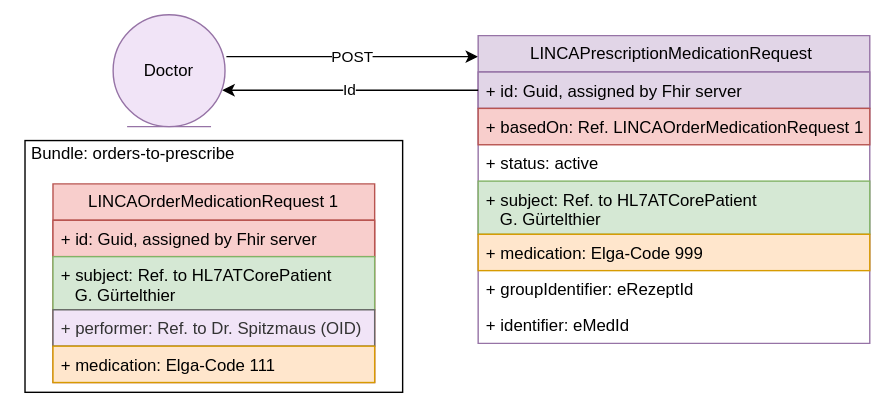
The draw.io diagram r5-LinkedCare-main/UserStory_011_diagram.svg in HL7Austria/hl7austria.github.io, before a commit. Source tidied: cells renumbered, new cells last; positions are measured from the earlier drawing's top-left corner, leaving out a move shared by most shapes. The source it was exported from:
```xml
<mxGraphModel>
  <root>
    <mxCell id="0" />
    <mxCell id="1" parent="0" />
    <mxCell id="2" style="rounded=0;whiteSpace=wrap;html=1;" parent="1" vertex="1">
      <mxGeometry x="7" y="90" width="270" height="180" as="geometry" />
    </mxCell>
    <mxCell id="3" value="POST" style="endArrow=classic;html=1;rounded=0;" parent="1" edge="1">
      <mxGeometry relative="1" as="geometry">
        <mxPoint x="151" y="30" as="sourcePoint" />
        <mxPoint x="331" y="30" as="targetPoint" />
      </mxGeometry>
    </mxCell>
    <mxCell id="4" value="LINCAPrescriptionMedicationRequest&amp;nbsp;" style="swimlane;fontStyle=0;horizontal=1;startSize=26;fillColor=#e1d5e7;whiteSpace=wrap;html=1;strokeColor=#9673a6;" parent="1" vertex="1">
      <mxGeometry x="331" y="15" width="280" height="220" as="geometry" />
    </mxCell>
    <mxCell id="5" value="+ id: Guid, assigned by Fhir server" style="text;strokeColor=#9673a6;fillColor=#e1d5e7;align=left;verticalAlign=top;spacingLeft=4;spacingRight=4;overflow=hidden;points=[[0,0.5],[1,0.5]];portConstraint=eastwest;whiteSpace=wrap;html=1;" parent="4" vertex="1">
      <mxGeometry y="26" width="280" height="26" as="geometry" />
    </mxCell>
    <mxCell id="6" value="+ basedOn: Ref. LINCAOrderMedicationRequest 1" style="text;strokeColor=#b85450;fillColor=#f8cecc;align=left;verticalAlign=top;spacingLeft=4;spacingRight=4;overflow=hidden;points=[[0,0.5],[1,0.5]];portConstraint=eastwest;whiteSpace=wrap;html=1;" parent="4" vertex="1">
      <mxGeometry y="52" width="280" height="26" as="geometry" />
    </mxCell>
    <mxCell id="7" value="+ status: active" style="text;align=left;verticalAlign=top;spacingLeft=4;spacingRight=4;overflow=hidden;whiteSpace=wrap;html=1;" parent="4" vertex="1">
      <mxGeometry y="78" width="280" height="26" as="geometry" />
    </mxCell>
    <mxCell id="8" value="+ subject: Ref. to HL7ATCorePatient&amp;nbsp; &lt;br&gt;&amp;nbsp; &amp;nbsp;G. Gürtelthier" style="text;strokeColor=#82b366;fillColor=#d5e8d4;align=left;verticalAlign=top;spacingLeft=4;spacingRight=4;overflow=hidden;whiteSpace=wrap;html=1;" parent="4" vertex="1">
      <mxGeometry y="104" width="280" height="38" as="geometry" />
    </mxCell>
    <mxCell id="9" value="+ medication: Elga-Code 999" style="text;align=left;verticalAlign=top;spacingLeft=4;spacingRight=4;overflow=hidden;whiteSpace=wrap;html=1;fillColor=#ffe6cc;strokeColor=#d79b00;" parent="4" vertex="1">
      <mxGeometry y="142" width="280" height="26" as="geometry" />
    </mxCell>
    <mxCell id="10" value="+ groupIdentifier: eRezeptId" style="text;align=left;verticalAlign=top;spacingLeft=4;spacingRight=4;overflow=hidden;whiteSpace=wrap;html=1;" parent="4" vertex="1">
      <mxGeometry y="168" width="280" height="26" as="geometry" />
    </mxCell>
    <mxCell id="11" value="+ identifier: eMedId" style="text;align=left;verticalAlign=top;spacingLeft=4;spacingRight=4;overflow=hidden;whiteSpace=wrap;html=1;" parent="4" vertex="1">
      <mxGeometry y="194" width="280" height="26" as="geometry" />
    </mxCell>
    <mxCell id="12" value="Id" style="endArrow=classic;html=1;rounded=0;exitX=0;exitY=0.5;exitDx=0;exitDy=0;" parent="1" edge="1" source="5">
      <mxGeometry relative="1" as="geometry">
        <mxPoint x="148" y="54" as="targetPoint" />
      </mxGeometry>
    </mxCell>
    <mxCell id="13" value="LINCAOrderMedicationRequest 1" style="swimlane;fontStyle=0;horizontal=1;startSize=26;fillColor=#f8cecc;whiteSpace=wrap;html=1;strokeColor=#b85450;" parent="1" vertex="1">
      <mxGeometry x="27" y="121" width="230" height="142" as="geometry" />
    </mxCell>
    <mxCell id="14" value="+ id: Guid, assigned by Fhir server" style="text;strokeColor=#b85450;fillColor=#f8cecc;align=left;verticalAlign=top;spacingLeft=4;spacingRight=4;overflow=hidden;whiteSpace=wrap;html=1;" parent="13" vertex="1">
      <mxGeometry y="26" width="230" height="26" as="geometry" />
    </mxCell>
    <mxCell id="15" value="+ subject: Ref. to HL7ATCorePatient&amp;nbsp; &lt;br&gt;&amp;nbsp; &amp;nbsp;G. Gürtelthier" style="text;strokeColor=#82b366;fillColor=#d5e8d4;align=left;verticalAlign=top;spacingLeft=4;spacingRight=4;overflow=hidden;whiteSpace=wrap;html=1;" parent="13" vertex="1">
      <mxGeometry y="52" width="230" height="38" as="geometry" />
    </mxCell>
    <mxCell id="16" value="+ performer: Ref. to Dr. Spitzmaus (OID)" style="text;strokeColor=#666666;fillColor=#F1E4F7;align=left;verticalAlign=top;spacingLeft=4;spacingRight=4;overflow=hidden;whiteSpace=wrap;html=1;fontColor=#333333;" parent="13" vertex="1">
      <mxGeometry y="90" width="230" height="26" as="geometry" />
    </mxCell>
    <mxCell id="17" value="+ medication: Elga-Code 111" style="text;align=left;verticalAlign=top;spacingLeft=4;spacingRight=4;overflow=hidden;whiteSpace=wrap;html=1;fillColor=#ffe6cc;strokeColor=#d79b00;" parent="13" vertex="1">
      <mxGeometry y="116" width="230" height="26" as="geometry" />
    </mxCell>
    <mxCell id="18" value="Bundle: orders-to-prescribe" style="text;html=1;strokeColor=none;fillColor=none;align=center;verticalAlign=middle;whiteSpace=wrap;rounded=0;" parent="1" vertex="1">
      <mxGeometry y="85" width="169" height="30" as="geometry" />
    </mxCell>
    <mxCell id="19" value="Doctor" style="ellipse;shape=umlEntity;whiteSpace=wrap;html=1;fillColor=#F1E4F7;strokeColor=#9673a6;" parent="1" vertex="1">
      <mxGeometry x="70" width="80" height="80" as="geometry" />
    </mxCell>
  </root>
</mxGraphModel>
```
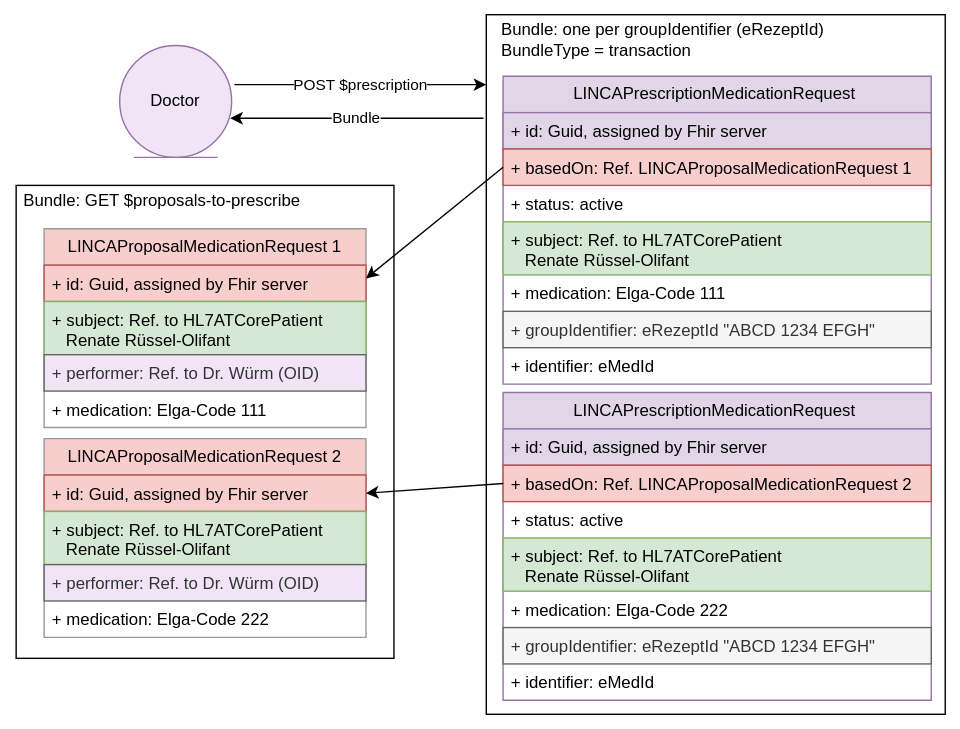
The same file after the commit.

What changed in the source:
```diff
@@ -2,64 +2,116 @@
   <root>
     <mxCell id="0" />
     <mxCell id="1" parent="0" />
+    <mxCell id="20" style="rounded=0;whiteSpace=wrap;html=1;" parent="1" vertex="1">
+      <mxGeometry x="331" y="-20" width="328" height="500" as="geometry" />
+    </mxCell>
     <mxCell id="2" style="rounded=0;whiteSpace=wrap;html=1;" parent="1" vertex="1">
-      <mxGeometry x="7" y="90" width="270" height="180" as="geometry" />
+      <mxGeometry x="-5" y="102" width="270" height="338" as="geometry" />
     </mxCell>
-    <mxCell id="3" value="POST" style="endArrow=classic;html=1;rounded=0;" parent="1" edge="1">
+    <mxCell id="3" value="POST $prescription" style="endArrow=classic;html=1;rounded=0;" parent="1" edge="1">
       <mxGeometry relative="1" as="geometry">
         <mxPoint x="151" y="30" as="sourcePoint" />
         <mxPoint x="331" y="30" as="targetPoint" />
       </mxGeometry>
     </mxCell>
     <mxCell id="4" value="LINCAPrescriptionMedicationRequest&amp;nbsp;" style="swimlane;fontStyle=0;horizontal=1;startSize=26;fillColor=#e1d5e7;whiteSpace=wrap;html=1;strokeColor=#9673a6;" parent="1" vertex="1">
-      <mxGeometry x="331" y="15" width="280" height="220" as="geometry" />
+      <mxGeometry x="343" y="24" width="306" height="220" as="geometry" />
     </mxCell>
     <mxCell id="5" value="+ id: Guid, assigned by Fhir server" style="text;strokeColor=#9673a6;fillColor=#e1d5e7;align=left;verticalAlign=top;spacingLeft=4;spacingRight=4;overflow=hidden;points=[[0,0.5],[1,0.5]];portConstraint=eastwest;whiteSpace=wrap;html=1;" parent="4" vertex="1">
-      <mxGeometry y="26" width="280" height="26" as="geometry" />
+      <mxGeometry y="26" width="306" height="26" as="geometry" />
     </mxCell>
-    <mxCell id="6" value="+ basedOn: Ref. LINCAOrderMedicationRequest 1" style="text;strokeColor=#b85450;fillColor=#f8cecc;align=left;verticalAlign=top;spacingLeft=4;spacingRight=4;overflow=hidden;points=[[0,0.5],[1,0.5]];portConstraint=eastwest;whiteSpace=wrap;html=1;" parent="4" vertex="1">
-      <mxGeometry y="52" width="280" height="26" as="geometry" />
+    <mxCell id="6" value="+ basedOn: Ref. LINCAProposalMedicationRequest 1" style="text;strokeColor=#b85450;fillColor=#f8cecc;align=left;verticalAlign=top;spacingLeft=4;spacingRight=4;overflow=hidden;points=[[0,0.5],[1,0.5]];portConstraint=eastwest;whiteSpace=wrap;html=1;" parent="4" vertex="1">
+      <mxGeometry y="52" width="306" height="26" as="geometry" />
     </mxCell>
     <mxCell id="7" value="+ status: active" style="text;align=left;verticalAlign=top;spacingLeft=4;spacingRight=4;overflow=hidden;whiteSpace=wrap;html=1;" parent="4" vertex="1">
-      <mxGeometry y="78" width="280" height="26" as="geometry" />
+      <mxGeometry y="78" width="306" height="26" as="geometry" />
     </mxCell>
-    <mxCell id="8" value="+ subject: Ref. to HL7ATCorePatient&amp;nbsp; &lt;br&gt;&amp;nbsp; &amp;nbsp;G. Gürtelthier" style="text;strokeColor=#82b366;fillColor=#d5e8d4;align=left;verticalAlign=top;spacingLeft=4;spacingRight=4;overflow=hidden;whiteSpace=wrap;html=1;" parent="4" vertex="1">
-      <mxGeometry y="104" width="280" height="38" as="geometry" />
-    </mxCell>
+    <mxCell id="21" value="+ subject: Ref. to HL7ATCorePatient&amp;nbsp; &lt;br&gt;&amp;nbsp; &amp;nbsp;Renate Rüssel-Olifant" style="text;strokeColor=#82b366;fillColor=#d5e8d4;align=left;verticalAlign=top;spacingLeft=4;spacingRight=4;overflow=hidden;whiteSpace=wrap;html=1;" parent="4" vertex="1">
+      <mxGeometry y="104" width="306" height="38" as="geometry" />
+    </mxCell>
-    <mxCell id="9" value="+ medication: Elga-Code 999" style="text;align=left;verticalAlign=top;spacingLeft=4;spacingRight=4;overflow=hidden;whiteSpace=wrap;html=1;fillColor=#ffe6cc;strokeColor=#d79b00;" parent="4" vertex="1">
-      <mxGeometry y="142" width="280" height="26" as="geometry" />
+    <mxCell id="9" value="+ medication: Elga-Code 111" style="text;align=left;verticalAlign=top;spacingLeft=4;spacingRight=4;overflow=hidden;whiteSpace=wrap;html=1;" parent="4" vertex="1">
+      <mxGeometry y="142" width="306" height="26" as="geometry" />
     </mxCell>
-    <mxCell id="10" value="+ groupIdentifier: eRezeptId" style="text;align=left;verticalAlign=top;spacingLeft=4;spacingRight=4;overflow=hidden;whiteSpace=wrap;html=1;" parent="4" vertex="1">
-      <mxGeometry y="168" width="280" height="26" as="geometry" />
+    <mxCell id="10" value="+ groupIdentifier: eRezeptId &quot;ABCD 1234 EFGH&quot;" style="text;align=left;verticalAlign=top;spacingLeft=4;spacingRight=4;overflow=hidden;whiteSpace=wrap;html=1;fillColor=#f5f5f5;fontColor=#333333;strokeColor=#666666;" parent="4" vertex="1">
+      <mxGeometry y="168" width="306" height="26" as="geometry" />
     </mxCell>
     <mxCell id="11" value="+ identifier: eMedId" style="text;align=left;verticalAlign=top;spacingLeft=4;spacingRight=4;overflow=hidden;whiteSpace=wrap;html=1;" parent="4" vertex="1">
-      <mxGeometry y="194" width="280" height="26" as="geometry" />
+      <mxGeometry y="194" width="306" height="26" as="geometry" />
     </mxCell>
-    <mxCell id="12" value="Id" style="endArrow=classic;html=1;rounded=0;exitX=0;exitY=0.5;exitDx=0;exitDy=0;" parent="1" edge="1" source="5">
-      <mxGeometry relative="1" as="geometry">
+    <mxCell id="12" value="Bundle" style="endArrow=classic;html=1;rounded=0;" parent="1" edge="1">
+      <mxGeometry x="0.01" relative="1" as="geometry">
+        <mxPoint x="329" y="54" as="sourcePoint" />
         <mxPoint x="148" y="54" as="targetPoint" />
       </mxGeometry>
     </mxCell>
-    <mxCell id="13" value="LINCAOrderMedicationRequest 1" style="swimlane;fontStyle=0;horizontal=1;startSize=26;fillColor=#f8cecc;whiteSpace=wrap;html=1;strokeColor=#b85450;" parent="1" vertex="1">
-      <mxGeometry x="27" y="121" width="230" height="142" as="geometry" />
+    <mxCell id="13" value="LINCAProposalMedicationRequest 1" style="swimlane;fontStyle=0;horizontal=1;startSize=26;fillColor=#f8cecc;whiteSpace=wrap;html=1;strokeColor=#999999;" parent="1" vertex="1">
+      <mxGeometry x="15" y="133" width="230" height="142" as="geometry" />
     </mxCell>
     <mxCell id="14" value="+ id: Guid, assigned by Fhir server" style="text;strokeColor=#b85450;fillColor=#f8cecc;align=left;verticalAlign=top;spacingLeft=4;spacingRight=4;overflow=hidden;whiteSpace=wrap;html=1;" parent="13" vertex="1">
       <mxGeometry y="26" width="230" height="26" as="geometry" />
     </mxCell>
-    <mxCell id="15" value="+ subject: Ref. to HL7ATCorePatient&amp;nbsp; &lt;br&gt;&amp;nbsp; &amp;nbsp;G. Gürtelthier" style="text;strokeColor=#82b366;fillColor=#d5e8d4;align=left;verticalAlign=top;spacingLeft=4;spacingRight=4;overflow=hidden;whiteSpace=wrap;html=1;" parent="13" vertex="1">
-      <mxGeometry y="52" width="230" height="38" as="geometry" />
-    </mxCell>
+    <mxCell id="22" value="+ subject: Ref. to HL7ATCorePatient&amp;nbsp; &lt;br&gt;&amp;nbsp; &amp;nbsp;Renate Rüssel-Olifant" style="text;strokeColor=#82b366;fillColor=#d5e8d4;align=left;verticalAlign=top;spacingLeft=4;spacingRight=4;overflow=hidden;whiteSpace=wrap;html=1;" parent="13" vertex="1">
+      <mxGeometry y="52" width="230" height="38" as="geometry" />
+    </mxCell>
-    <mxCell id="16" value="+ performer: Ref. to Dr. Spitzmaus (OID)" style="text;strokeColor=#666666;fillColor=#F1E4F7;align=left;verticalAlign=top;spacingLeft=4;spacingRight=4;overflow=hidden;whiteSpace=wrap;html=1;fontColor=#333333;" parent="13" vertex="1">
+    <mxCell id="16" value="+ performer: Ref. to Dr. Würm (OID)" style="text;strokeColor=#666666;fillColor=#F1E4F7;align=left;verticalAlign=top;spacingLeft=4;spacingRight=4;overflow=hidden;whiteSpace=wrap;html=1;fontColor=#333333;" parent="13" vertex="1">
       <mxGeometry y="90" width="230" height="26" as="geometry" />
     </mxCell>
-    <mxCell id="17" value="+ medication: Elga-Code 111" style="text;align=left;verticalAlign=top;spacingLeft=4;spacingRight=4;overflow=hidden;whiteSpace=wrap;html=1;fillColor=#ffe6cc;strokeColor=#d79b00;" parent="13" vertex="1">
+    <mxCell id="17" value="+ medication: Elga-Code 111" style="text;align=left;verticalAlign=top;spacingLeft=4;spacingRight=4;overflow=hidden;whiteSpace=wrap;html=1;" parent="13" vertex="1">
       <mxGeometry y="116" width="230" height="26" as="geometry" />
     </mxCell>
-    <mxCell id="18" value="Bundle: orders-to-prescribe" style="text;html=1;strokeColor=none;fillColor=none;align=center;verticalAlign=middle;whiteSpace=wrap;rounded=0;" parent="1" vertex="1">
-      <mxGeometry y="85" width="169" height="30" as="geometry" />
+    <mxCell id="18" value="Bundle: GET $proposals-to-prescribe" style="text;html=1;strokeColor=none;fillColor=none;align=center;verticalAlign=middle;whiteSpace=wrap;rounded=0;" parent="1" vertex="1">
+      <mxGeometry x="-6" y="98" width="211" height="30" as="geometry" />
     </mxCell>
     <mxCell id="19" value="Doctor" style="ellipse;shape=umlEntity;whiteSpace=wrap;html=1;fillColor=#F1E4F7;strokeColor=#9673a6;" parent="1" vertex="1">
-      <mxGeometry x="70" width="80" height="80" as="geometry" />
+      <mxGeometry x="69" y="2" width="80" height="80" as="geometry" />
     </mxCell>
+    <mxCell id="23" value="Bundle: one per groupIdentifier (eRezeptId)&lt;br&gt;BundleType = transaction" style="text;html=1;strokeColor=none;fillColor=none;align=left;verticalAlign=middle;whiteSpace=wrap;rounded=0;" parent="1" vertex="1">
+      <mxGeometry x="340" y="-17" width="249" height="30" as="geometry" />
+    </mxCell>
+    <mxCell id="24" value="LINCAProposalMedicationRequest 2" style="swimlane;fontStyle=0;horizontal=1;startSize=26;fillColor=#f8cecc;whiteSpace=wrap;html=1;strokeColor=#999999;" parent="1" vertex="1">
+      <mxGeometry x="15" y="283" width="230" height="142" as="geometry" />
+    </mxCell>
+    <mxCell id="25" value="+ id: Guid, assigned by Fhir server" style="text;strokeColor=#b85450;fillColor=#f8cecc;align=left;verticalAlign=top;spacingLeft=4;spacingRight=4;overflow=hidden;points=[[0,0.5],[1,0.5]];portConstraint=eastwest;whiteSpace=wrap;html=1;" parent="24" vertex="1">
+      <mxGeometry y="26" width="230" height="26" as="geometry" />
+    </mxCell>
+    <mxCell id="26" value="+ subject: Ref. to HL7ATCorePatient&amp;nbsp; &lt;br&gt;&amp;nbsp; &amp;nbsp;Renate Rüssel-Olifant" style="text;strokeColor=#82b366;fillColor=#d5e8d4;align=left;verticalAlign=top;spacingLeft=4;spacingRight=4;overflow=hidden;whiteSpace=wrap;html=1;" parent="24" vertex="1">
+      <mxGeometry y="52" width="230" height="38" as="geometry" />
+    </mxCell>
+    <mxCell id="27" value="+ performer: Ref. to Dr. Würm (OID)" style="text;strokeColor=#666666;fillColor=#F1E4F7;align=left;verticalAlign=top;spacingLeft=4;spacingRight=4;overflow=hidden;whiteSpace=wrap;html=1;fontColor=#333333;" parent="24" vertex="1">
+      <mxGeometry y="90" width="230" height="26" as="geometry" />
+    </mxCell>
+    <mxCell id="28" value="+ medication: Elga-Code 222" style="text;align=left;verticalAlign=top;spacingLeft=4;spacingRight=4;overflow=hidden;whiteSpace=wrap;html=1;" parent="24" vertex="1">
+      <mxGeometry y="116" width="230" height="26" as="geometry" />
+    </mxCell>
+    <mxCell id="29" value="LINCAPrescriptionMedicationRequest&amp;nbsp;" style="swimlane;fontStyle=0;horizontal=1;startSize=26;fillColor=#e1d5e7;whiteSpace=wrap;html=1;strokeColor=#9673a6;" parent="1" vertex="1">
+      <mxGeometry x="343" y="250" width="306" height="220" as="geometry" />
+    </mxCell>
+    <mxCell id="30" value="+ id: Guid, assigned by Fhir server" style="text;strokeColor=#9673a6;fillColor=#e1d5e7;align=left;verticalAlign=top;spacingLeft=4;spacingRight=4;overflow=hidden;whiteSpace=wrap;html=1;" parent="29" vertex="1">
+      <mxGeometry y="26" width="306" height="26" as="geometry" />
+    </mxCell>
+    <mxCell id="31" value="+ basedOn: Ref. LINCAProposalMedicationRequest 2" style="text;strokeColor=#b85450;fillColor=#f8cecc;align=left;verticalAlign=top;spacingLeft=4;spacingRight=4;overflow=hidden;points=[[0,0.5],[1,0.5]];portConstraint=eastwest;whiteSpace=wrap;html=1;" parent="29" vertex="1">
+      <mxGeometry y="52" width="306" height="26" as="geometry" />
+    </mxCell>
+    <mxCell id="32" value="+ status: active" style="text;align=left;verticalAlign=top;spacingLeft=4;spacingRight=4;overflow=hidden;whiteSpace=wrap;html=1;" parent="29" vertex="1">
+      <mxGeometry y="78" width="306" height="26" as="geometry" />
+    </mxCell>
+    <mxCell id="33" value="+ subject: Ref. to HL7ATCorePatient&amp;nbsp; &lt;br&gt;&amp;nbsp; &amp;nbsp;Renate Rüssel-Olifant" style="text;strokeColor=#82b366;fillColor=#d5e8d4;align=left;verticalAlign=top;spacingLeft=4;spacingRight=4;overflow=hidden;whiteSpace=wrap;html=1;" parent="29" vertex="1">
+      <mxGeometry y="104" width="306" height="38" as="geometry" />
+    </mxCell>
+    <mxCell id="34" value="+ medication: Elga-Code 222" style="text;align=left;verticalAlign=top;spacingLeft=4;spacingRight=4;overflow=hidden;whiteSpace=wrap;html=1;" parent="29" vertex="1">
+      <mxGeometry y="142" width="306" height="26" as="geometry" />
+    </mxCell>
+    <mxCell id="35" value="+ groupIdentifier: eRezeptId &quot;ABCD 1234 EFGH&quot;" style="text;align=left;verticalAlign=top;spacingLeft=4;spacingRight=4;overflow=hidden;whiteSpace=wrap;html=1;fillColor=#f5f5f5;fontColor=#333333;strokeColor=#666666;" parent="29" vertex="1">
+      <mxGeometry y="168" width="306" height="26" as="geometry" />
+    </mxCell>
+    <mxCell id="36" value="+ identifier: eMedId" style="text;align=left;verticalAlign=top;spacingLeft=4;spacingRight=4;overflow=hidden;whiteSpace=wrap;html=1;" parent="29" vertex="1">
+      <mxGeometry y="194" width="306" height="26" as="geometry" />
+    </mxCell>
+    <mxCell id="37" style="endArrow=classic;html=1;rounded=0;entryX=1;entryY=0.25;entryDx=0;entryDy=0;exitX=0;exitY=0.5;exitDx=0;exitDy=0;" parent="1" edge="1" source="6" target="13">
+      <mxGeometry relative="1" as="geometry" />
+    </mxCell>
+    <mxCell id="38" style="endArrow=classic;html=1;rounded=0;entryX=1;entryY=0.5;entryDx=0;entryDy=0;exitX=0;exitY=0.5;exitDx=0;exitDy=0;" parent="1" edge="1" source="31" target="25">
+      <mxGeometry relative="1" as="geometry" />
+    </mxCell>
   </root>
 </mxGraphModel>
```
